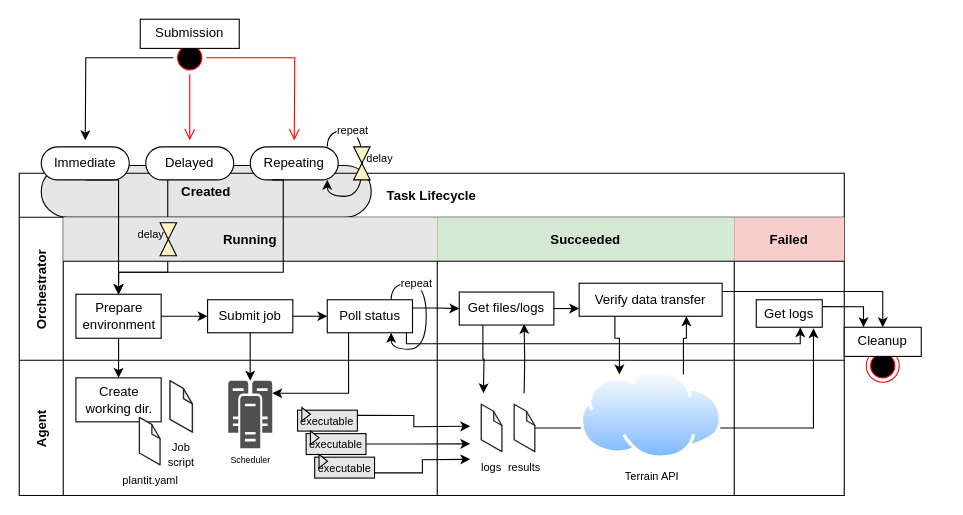
Computational-Plant-Science/plantit keeps this draw.io diagram as docs/media/task.drawio. Above is the earlier version. Source tidied: cells renumbered, new cells numbered last; positions are measured from the earlier drawing's top-left corner, leaving out a move shared by most shapes. Both pictures are drawn from the tidied source at 110%, with x=0, y=0 at pixel (19, 19).
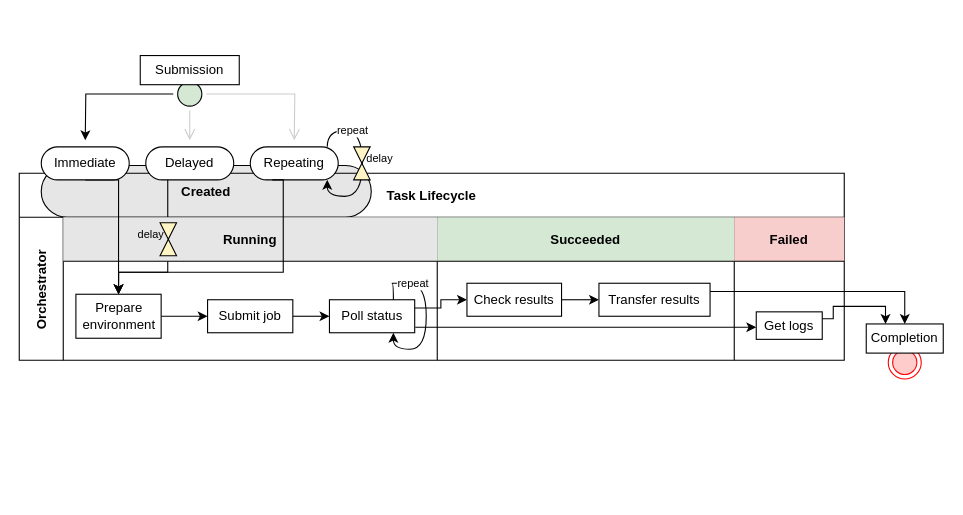
Above is the later version.

The change refers to these unchanged cells:
```xml
<mxCell id="8" value="Orchestrator" style="shape=tableRow;horizontal=0;swimlaneHead=0;swimlaneBody=0;top=0;left=0;bottom=0;right=0;fillColor=none;startSize=40;fontStyle=1;" parent="5" vertex="1">
  <mxGeometry y="40" width="750" height="130" as="geometry" />
</mxCell>
<mxCell id="9" value="Running" style="swimlane;swimlaneHead=0;swimlaneBody=0;fillColor=#E6E6E6;startSize=40;fontStyle=1;" parent="8" vertex="1">
  <mxGeometry x="40" width="340" height="130" as="geometry" />
</mxCell>
<mxCell id="11" value="Prepare environment" style="rounded=0;whiteSpace=wrap;html=1;" parent="9" vertex="1">
  <mxGeometry x="11.5" y="70" width="77.5" height="40" as="geometry" />
</mxCell>
<mxCell id="13" value="Submit job" style="rounded=0;whiteSpace=wrap;html=1;" parent="9" vertex="1">
  <mxGeometry x="131.2" y="75" width="77.5" height="30" as="geometry" />
</mxCell>
<mxCell id="19" value="Succeeded" style="swimlane;swimlaneHead=0;swimlaneBody=0;fillColor=#D5E8D4;startSize=40;fontStyle=1;" parent="8" vertex="1">
  <mxGeometry x="380" width="270" height="130" as="geometry" />
</mxCell>
<mxCell id="23" value="Failed" style="swimlane;swimlaneHead=0;swimlaneBody=0;fillColor=#F8CECC;startSize=40;fontStyle=1;" parent="8" vertex="1">
  <mxGeometry x="650" width="100" height="130" as="geometry" />
</mxCell>
```

The edit, as a diff of the source:
```diff
@@
-    <mxCell id="2" style="ellipse;html=1;shape=endState;fillColor=#000000;strokeColor=#ff0000;fontSize=10;" parent="1" vertex="1">
-      <mxGeometry x="770" y="300" width="30" height="30" as="geometry" />
+    <mxCell id="2" style="ellipse;html=1;shape=endState;fillColor=#FFCCCC;strokeColor=#ff0000;fontSize=10;" parent="1" vertex="1">
+      <mxGeometry x="790" y="297" width="30" height="30" as="geometry" />
     </mxCell>
@@
     <mxCell id="5" value="Task Lifecycle" style="shape=table;childLayout=tableLayout;startSize=40;fillColor=none;fontStyle=1;" parent="1" vertex="1">
-      <mxGeometry y="140" width="750" height="293" as="geometry" />
+      <mxGeometry y="140" width="750" height="170" as="geometry" />
     </mxCell>
-    <mxCell id="6" style="edgeStyle=orthogonalEdgeStyle;rounded=0;jettySize=auto;html=1;entryX=0.867;entryY=1.04;entryDx=0;entryDy=0;entryPerimeter=0;fontSize=10;" parent="5" edge="1" source="44" target="24">
-      <mxGeometry relative="1" as="geometry" />
-    </mxCell>
-    <mxCell id="7" style="edgeStyle=orthogonalEdgeStyle;rounded=0;jettySize=auto;html=1;entryX=0.5;entryY=0;entryDx=0;entryDy=0;" parent="5" edge="1" source="11" target="29">
-      <mxGeometry relative="1" as="geometry" />
-    </mxCell>
@@
     <mxCell id="14" value="Poll status" style="rounded=0;whiteSpace=wrap;html=1;" parent="9" vertex="1">
-      <mxGeometry x="240" y="75" width="77.5" height="30" as="geometry" />
+      <mxGeometry x="242" y="75" width="77.5" height="30" as="geometry" />
     </mxCell>
@@
-    <mxCell id="20" style="edgeStyle=orthogonalEdgeStyle;rounded=0;jettySize=auto;html=1;exitX=1;exitY=0.5;exitDx=0;exitDy=0;entryX=0;entryY=0.75;entryDx=0;entryDy=0;fontSize=10;" parent="19" edge="1" source="21" target="22">
+    <mxCell id="20" style="edgeStyle=orthogonalEdgeStyle;rounded=0;jettySize=auto;html=1;exitX=1;exitY=0.5;exitDx=0;exitDy=0;entryX=0;entryY=0.5;entryDx=0;entryDy=0;fontSize=10;" parent="19" edge="1" source="21" target="22">
       <mxGeometry relative="1" as="geometry" />
     </mxCell>
-    <mxCell id="21" value="Get files/logs" style="rounded=0;whiteSpace=wrap;html=1;" parent="19" vertex="1">
-      <mxGeometry x="20" y="68" width="86" height="30" as="geometry" />
+    <mxCell id="21" value="Check results" style="rounded=0;whiteSpace=wrap;html=1;" parent="19" vertex="1">
+      <mxGeometry x="27" y="60" width="86" height="30" as="geometry" />
     </mxCell>
-    <mxCell id="22" value="Verify data transfer" style="rounded=0;whiteSpace=wrap;html=1;" parent="19" vertex="1">
-      <mxGeometry x="129" y="60" width="130" height="30" as="geometry" />
+    <mxCell id="22" value="Transfer results" style="rounded=0;whiteSpace=wrap;html=1;" parent="19" vertex="1">
+      <mxGeometry x="147" y="60" width="101" height="30" as="geometry" />
     </mxCell>
@@
     <mxCell id="24" value="Get logs" style="rounded=0;whiteSpace=wrap;html=1;" parent="23" vertex="1">
-      <mxGeometry x="20" y="75" width="60" height="25" as="geometry" />
+      <mxGeometry x="20" y="86" width="60" height="25" as="geometry" />
     </mxCell>
@@
     <mxCell id="26" style="edgeStyle=orthogonalEdgeStyle;rounded=0;orthogonalLoop=1;jettySize=auto;html=1;fontSize=10;" parent="8" edge="1">
       <mxGeometry relative="1" as="geometry">
-        <mxPoint x="352" y="105" as="sourcePoint" />
-        <mxPoint x="710" y="100" as="targetPoint" />
+        <mxPoint x="360" y="100" as="sourcePoint" />
+        <mxPoint x="670" y="100" as="targetPoint" />
         <Array as="points">
-          <mxPoint x="352" y="115" />
-          <mxPoint x="710" y="115" />
-          <mxPoint x="710" y="100" />
+          <mxPoint x="360" y="100" />
         </Array>
       </mxGeometry>
     </mxCell>
-    <mxCell id="27" value="Agent" style="shape=tableRow;horizontal=0;swimlaneHead=0;swimlaneBody=0;top=0;left=0;bottom=0;right=0;fillColor=none;startSize=40;fontStyle=1;" parent="5" vertex="1">
-      <mxGeometry y="170" width="750" height="123" as="geometry" />
-    </mxCell>
-    <mxCell id="28" style="swimlane;swimlaneHead=0;swimlaneBody=0;fillColor=none;startSize=0;fontStyle=1;" parent="27" vertex="1">
-      <mxGeometry x="40" width="340" height="123" as="geometry" />
-    </mxCell>
-    <mxCell id="29" value="Create working dir." style="rounded=0;whiteSpace=wrap;html=1;" parent="28" vertex="1">
-      <mxGeometry x="11.5" y="16" width="77.5" height="40" as="geometry" />
-    </mxCell>
-    <mxCell id="30" value="&lt;font style=&quot;font-size: 10px&quot;&gt;Job&lt;br&gt;script&lt;/font&gt;" style="verticalLabelPosition=bottom;html=1;verticalAlign=top;strokeWidth=1;align=center;dashed=0;shape=mxgraph.aws3d.file;strokeColor=#292929;" parent="28" vertex="1">
-      <mxGeometry x="97" y="18.6" width="20.4" height="46.8" as="geometry" />
-    </mxCell>
-    <mxCell id="31" value="&lt;font style=&quot;font-size: 10px&quot;&gt;plantit.yaml&lt;/font&gt;" style="verticalLabelPosition=bottom;html=1;verticalAlign=top;strokeWidth=1;align=center;dashed=0;shape=mxgraph.aws3d.file;strokeColor=#292929;" parent="28" vertex="1">
-      <mxGeometry x="69.2" y="52" width="18.8" height="43.1" as="geometry" />
-    </mxCell>
-    <mxCell id="32" value="Scheduler" style="sketch=0;shadow=0;dashed=0;html=1;strokeColor=none;fillColor=#505050;labelPosition=center;verticalLabelPosition=bottom;verticalAlign=top;outlineConnect=0;align=center;shape=mxgraph.office.servers.cluster_server;fontSize=8;" parent="28" vertex="1">
-      <mxGeometry x="150" y="18.6" width="40" height="61.4" as="geometry" />
-    </mxCell>
-    <mxCell id="33" style="group;" parent="28" vertex="1">
-      <mxGeometry x="213" y="43" width="70" height="64" as="geometry" />
-    </mxCell>
-    <mxCell id="34" style="group;" parent="33" vertex="1">
-      <mxGeometry width="54.4" height="21.3" as="geometry" />
-    </mxCell>
-    <mxCell id="35" value="executable" style="html=1;whiteSpace=wrap;fontSize=10;fillColor=#E6E6E6;" parent="34" vertex="1">
-      <mxGeometry y="2.4" width="54.4" height="19" as="geometry" />
-    </mxCell>
-    <mxCell id="36" style="triangle;html=1;whiteSpace=wrap;fontSize=10;fillColor=#E6E6E6;" parent="34" vertex="1">
-      <mxGeometry x="3.9" width="7.8" height="12.2" as="geometry" />
-    </mxCell>
-    <mxCell id="37" style="group;" parent="33" vertex="1">
-      <mxGeometry x="7.8" y="21.3" width="54.4" height="21.3" as="geometry" />
-    </mxCell>
-    <mxCell id="38" value="executable" style="html=1;whiteSpace=wrap;fontSize=10;fillColor=#E6E6E6;" parent="37" vertex="1">
-      <mxGeometry y="2.4" width="54.4" height="19" as="geometry" />
-    </mxCell>
-    <mxCell id="39" style="triangle;html=1;whiteSpace=wrap;fontSize=10;fillColor=#E6E6E6;" parent="37" vertex="1">
-      <mxGeometry x="3.9" width="7.8" height="12.2" as="geometry" />
-    </mxCell>
-    <mxCell id="40" style="group;" parent="33" vertex="1">
-      <mxGeometry x="15.6" y="42.7" width="54.4" height="21.3" as="geometry" />
-    </mxCell>
-    <mxCell id="41" value="executable" style="html=1;whiteSpace=wrap;fontSize=10;fillColor=#E6E6E6;" parent="40" vertex="1">
-      <mxGeometry y="2.4" width="54.4" height="19" as="geometry" />
-    </mxCell>
-    <mxCell id="42" style="triangle;html=1;whiteSpace=wrap;fontSize=10;fillColor=#E6E6E6;" parent="40" vertex="1">
-      <mxGeometry x="3.9" width="7.8" height="12.2" as="geometry" />
-    </mxCell>
-    <mxCell id="43" style="swimlane;swimlaneHead=0;swimlaneBody=0;fillColor=none;startSize=0;fontStyle=1;" parent="27" vertex="1">
-      <mxGeometry x="380" width="270" height="123" as="geometry" />
-    </mxCell>
-    <mxCell id="44" value="&lt;font style=&quot;font-size: 10px&quot;&gt;results&lt;/font&gt;" style="verticalLabelPosition=bottom;html=1;verticalAlign=top;strokeWidth=1;align=center;outlineConnect=0;dashed=0;outlineConnect=0;shape=mxgraph.aws3d.file;strokeColor=#292929;" parent="43" vertex="1">
-      <mxGeometry x="69.9" y="40" width="18.8" height="43.1" as="geometry" />
-    </mxCell>
-    <mxCell id="45" value="&lt;font style=&quot;font-size: 10px&quot;&gt;logs&lt;/font&gt;" style="verticalLabelPosition=bottom;html=1;verticalAlign=top;strokeWidth=1;align=center;dashed=0;shape=mxgraph.aws3d.file;strokeColor=#292929;" parent="43" vertex="1">
-      <mxGeometry x="40" y="40" width="18.8" height="43.1" as="geometry" />
-    </mxCell>
-    <mxCell id="46" value="Terrain API" style="perimeter=ellipsePerimeter;html=1;align=center;shadow=0;dashed=0;spacingTop=3;image;image=img/lib/active_directory/internet_cloud.svg;fontSize=10;fillColor=#E6E6E6;" parent="43" vertex="1">
-      <mxGeometry x="130" y="8.5" width="129.4" height="81.5" as="geometry" />
-    </mxCell>
-    <mxCell id="47" style="swimlane;swimlaneHead=0;swimlaneBody=0;fillColor=none;startSize=0;fontStyle=1;" parent="27" vertex="1">
-      <mxGeometry x="650" width="100" height="123" as="geometry" />
-    </mxCell>
-    <mxCell id="48" style="edgeStyle=orthogonalEdgeStyle;rounded=0;jettySize=auto;html=1;exitX=0.5;exitY=1;exitDx=0;exitDy=0;fontSize=10;" parent="5" edge="1" source="13" target="32">
-      <mxGeometry relative="1" as="geometry" />
-    </mxCell>
-    <mxCell id="49" style="edgeStyle=orthogonalEdgeStyle;rounded=0;jettySize=auto;html=1;exitX=0.25;exitY=1;exitDx=0;exitDy=0;fontSize=10;" parent="5" edge="1" source="14" target="32">
-      <mxGeometry relative="1" as="geometry">
-        <Array as="points">
-          <mxPoint x="299" y="200" />
-        </Array>
-      </mxGeometry>
-    </mxCell>
-    <mxCell id="50" style="edgeStyle=orthogonalEdgeStyle;rounded=0;jettySize=auto;html=1;entryX=0.686;entryY=0.967;entryDx=0;entryDy=0;entryPerimeter=0;fontSize=10;" parent="5" edge="1" target="21">
-      <mxGeometry relative="1" as="geometry">
-        <mxPoint x="459" y="200" as="sourcePoint" />
-      </mxGeometry>
-    </mxCell>
-    <mxCell id="51" style="edgeStyle=orthogonalEdgeStyle;rounded=0;jettySize=auto;html=1;exitX=0.25;exitY=1;exitDx=0;exitDy=0;entryX=0.25;entryY=0;entryDx=0;entryDy=0;fontSize=10;" parent="5" edge="1" source="22" target="46">
-      <mxGeometry relative="1" as="geometry">
-        <Array as="points">
-          <mxPoint x="542" y="150" />
-          <mxPoint x="546" y="150" />
-        </Array>
-      </mxGeometry>
-    </mxCell>
-    <mxCell id="52" style="edgeStyle=orthogonalEdgeStyle;rounded=0;jettySize=auto;html=1;exitX=0.75;exitY=0;exitDx=0;exitDy=0;entryX=0.75;entryY=1;entryDx=0;entryDy=0;fontSize=10;" parent="5" edge="1" source="46" target="22">
-      <mxGeometry relative="1" as="geometry">
-        <Array as="points">
-          <mxPoint x="604" y="150" />
-          <mxPoint x="607" y="150" />
-        </Array>
-      </mxGeometry>
-    </mxCell>
@@
-    <mxCell id="58" value="Cleanup" style="rounded=0;whiteSpace=wrap;html=1;" parent="1" vertex="1">
-      <mxGeometry x="750" y="280" width="70" height="26.5" as="geometry" />
+    <mxCell id="58" value="Completion" style="rounded=0;whiteSpace=wrap;html=1;" parent="1" vertex="1">
+      <mxGeometry x="770" y="277" width="70" height="26.5" as="geometry" />
     </mxCell>
@@
     <mxCell id="60" style="edgeStyle=orthogonalEdgeStyle;rounded=0;jettySize=auto;html=1;exitX=1;exitY=0.25;exitDx=0;exitDy=0;entryX=0.25;entryY=0;entryDx=0;entryDy=0;fontSize=10;" parent="1" edge="1" source="24" target="58">
       <mxGeometry relative="1" as="geometry">
         <Array as="points">
-          <mxPoint x="768" y="261" />
+          <mxPoint x="740" y="272" />
+          <mxPoint x="740" y="261" />
+          <mxPoint x="788" y="261" />
         </Array>
       </mxGeometry>
     </mxCell>
-    <mxCell id="61" style="edgeStyle=orthogonalEdgeStyle;rounded=0;jettySize=auto;html=1;exitX=1;exitY=0.25;exitDx=0;exitDy=0;fontSize=10;" parent="1" edge="1" source="35">
-      <mxGeometry relative="1" as="geometry">
-        <mxPoint x="410" y="370" as="targetPoint" />
-      </mxGeometry>
-    </mxCell>
-    <mxCell id="62" style="edgeStyle=orthogonalEdgeStyle;rounded=0;jettySize=auto;html=1;exitX=1;exitY=0.5;exitDx=0;exitDy=0;fontSize=10;" parent="1" edge="1" source="38">
-      <mxGeometry relative="1" as="geometry">
-        <mxPoint x="410" y="386" as="targetPoint" />
-      </mxGeometry>
-    </mxCell>
-    <mxCell id="63" style="edgeStyle=orthogonalEdgeStyle;rounded=0;jettySize=auto;html=1;exitX=1;exitY=0.75;exitDx=0;exitDy=0;fontSize=10;" parent="1" edge="1" source="41">
-      <mxGeometry relative="1" as="geometry">
-        <mxPoint x="410" y="400" as="targetPoint" />
-      </mxGeometry>
-    </mxCell>
-    <mxCell id="64" style="edgeStyle=orthogonalEdgeStyle;rounded=0;jettySize=auto;html=1;exitX=0.25;exitY=1;exitDx=0;exitDy=0;fontSize=10;" parent="1" edge="1" source="21">
-      <mxGeometry relative="1" as="geometry">
-        <mxPoint x="422" y="340" as="targetPoint" />
-      </mxGeometry>
-    </mxCell>
@@
-    <mxCell id="66" style="ellipse;html=1;shape=startState;fillColor=#000000;strokeColor=#ff0000;fontSize=10;" parent="1" vertex="1">
-      <mxGeometry x="140" y="20" width="30" height="30" as="geometry" />
+    <mxCell id="66" style="ellipse;html=1;shape=startState;fillColor=#D5E8D4;strokeColor=#000000;fontSize=10;" parent="1" vertex="1">
+      <mxGeometry x="140" y="53" width="30" height="30" as="geometry" />
     </mxCell>
-    <mxCell id="67" style="edgeStyle=orthogonalEdgeStyle;html=1;verticalAlign=bottom;endArrow=open;endSize=8;strokeColor=#ff0000;rounded=0;fontSize=10;" parent="1" edge="1" source="66">
+    <mxCell id="67" style="edgeStyle=orthogonalEdgeStyle;html=1;verticalAlign=bottom;endArrow=open;endSize=8;strokeColor=#CCCCCC;rounded=0;fontSize=10;" parent="1" edge="1" source="66">
       <mxGeometry relative="1" as="geometry">
         <mxPoint x="155" y="110" as="targetPoint" />
       </mxGeometry>
     </mxCell>
-    <mxCell id="68" style="edgeStyle=orthogonalEdgeStyle;html=1;verticalAlign=bottom;endArrow=open;endSize=8;strokeColor=#ff0000;rounded=0;fontSize=10;exitX=1;exitY=0.5;exitDx=0;exitDy=0;" parent="1" edge="1" source="66">
+    <mxCell id="68" style="edgeStyle=orthogonalEdgeStyle;html=1;verticalAlign=bottom;endArrow=open;endSize=8;strokeColor=#CCCCCC;rounded=0;fontSize=10;exitX=1;exitY=0.5;exitDx=0;exitDy=0;" parent="1" edge="1" source="66">
       <mxGeometry relative="1" as="geometry">
         <mxPoint x="250" y="110" as="targetPoint" />
       </mxGeometry>
     </mxCell>
     <mxCell id="69" value="Submission" style="rounded=0;whiteSpace=wrap;html=1;" parent="1" vertex="1">
-      <mxGeometry x="110" width="90" height="26.5" as="geometry" />
+      <mxGeometry x="110" y="33" width="90" height="26.5" as="geometry" />
     </mxCell>
```
